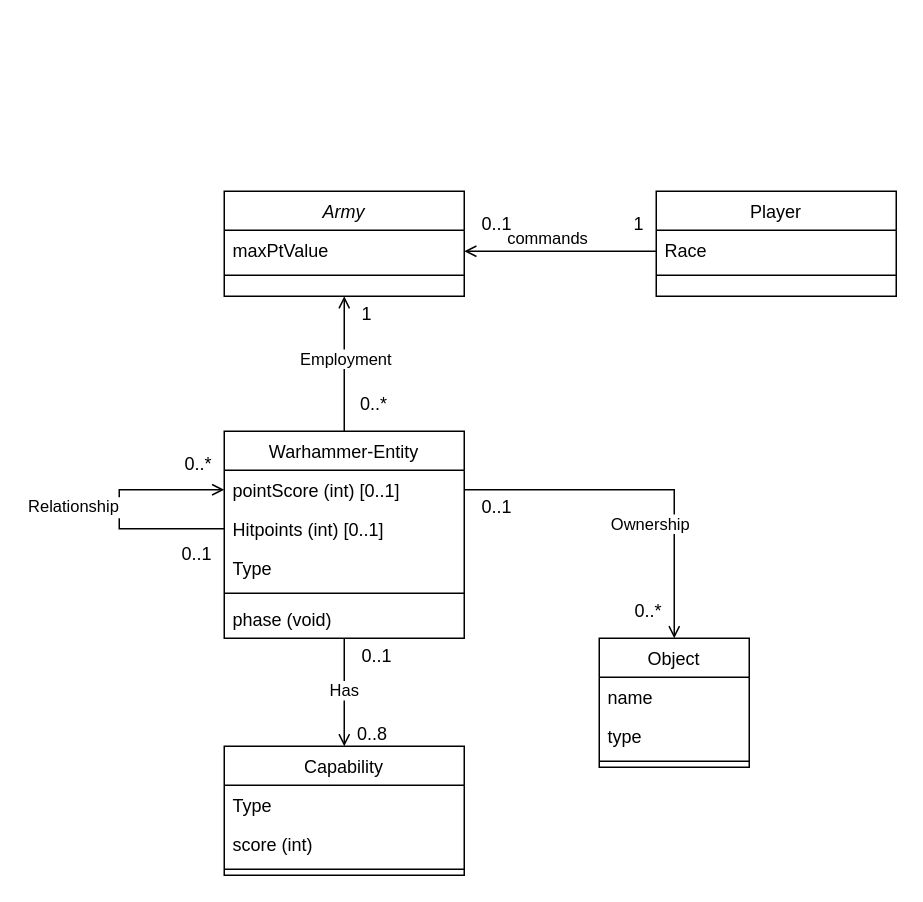
Above: Modellen/Model - Warhammer WilkoOpdracht.drawio in Geonovum/DrawIO (draw.io), before the change. Source tidied: cells renumbered, new cells numbered last; positions are measured from the earlier drawing's top-left corner, leaving out a move shared by most shapes. Both pictures are drawn from the tidied source at 150%, with x=0, y=0 at pixel (58, 190).
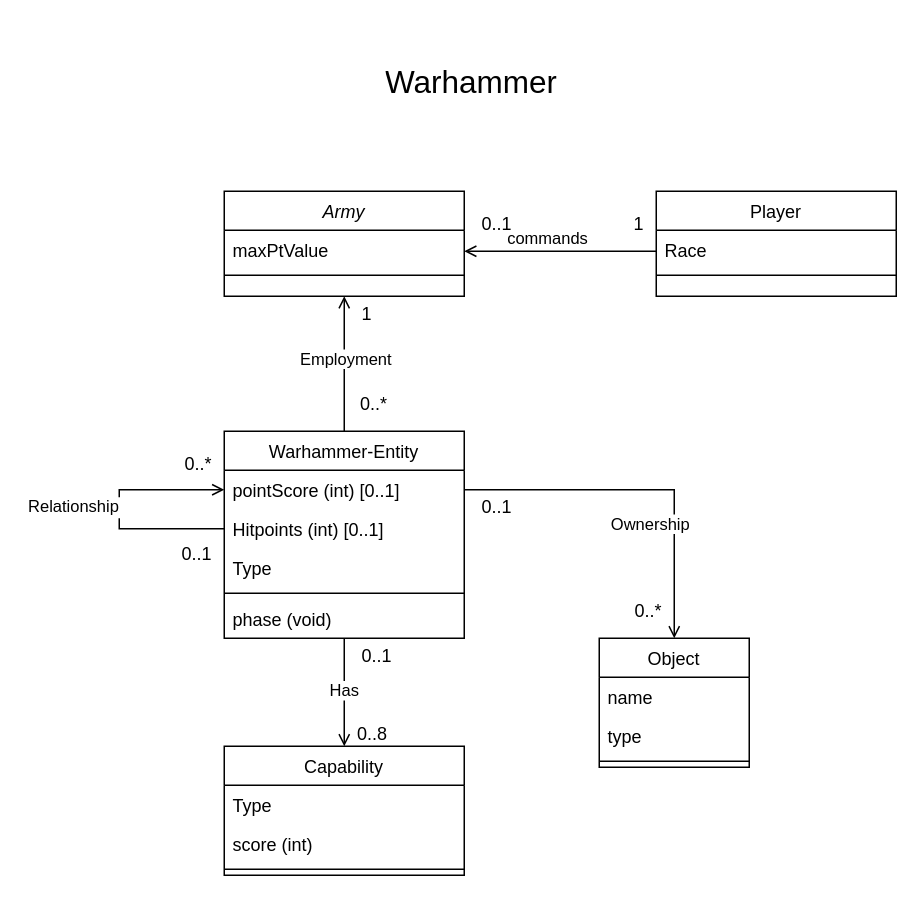
Above is the later version.

Commit message:
Titel toegevoegd

Change to the diagram source:
```diff
@@
+    <mxCell id="40" value="&lt;div style=&quot;font-size: 21px;&quot; align=&quot;center&quot;&gt;&lt;font style=&quot;font-size: 21px;&quot;&gt;&lt;br&gt;&lt;/font&gt;&lt;/div&gt;&lt;div style=&quot;font-size: 21px;&quot; align=&quot;center&quot;&gt;&lt;font style=&quot;font-size: 21px;&quot;&gt;Warhammer&lt;br&gt;&lt;/font&gt;&lt;/div&gt;" style="text;html=1;strokeColor=none;fillColor=none;spacing=5;spacingTop=-20;whiteSpace=wrap;overflow=hidden;rounded=0;align=center;" parent="1" vertex="1">
+      <mxGeometry x="180" y="-100" width="190" height="50" as="geometry" />
+    </mxCell>
```
